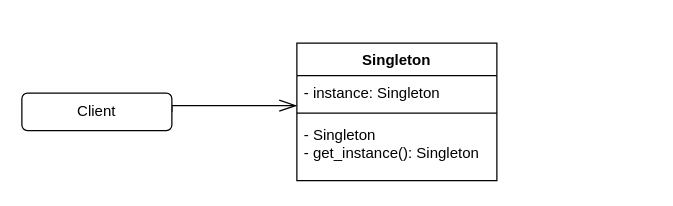
The draw.io diagram page "Singleton" (5 of 10) of Pattern Fabrica.drawio in isamarcev/patterns, before the edit. Source tidied: cells renumbered, new cells numbered last; positions are measured from the earlier drawing's top-left corner, leaving out a move shared by most shapes. Both pictures are drawn from the tidied source at 125%, with x=0, y=0 at pixel (21, 42).
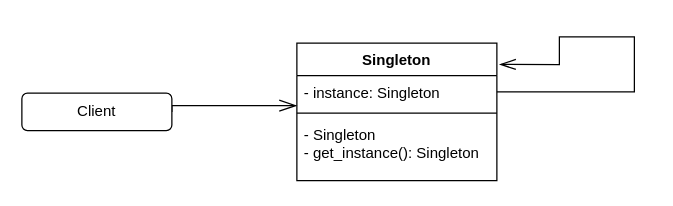
After the change.

Change to the diagram source:
```diff
@@
 <mxGraphModel>
   <root>
     <mxCell id="0" />
     <mxCell id="1" parent="0" />
     <mxCell id="2" value="Singleton" style="swimlane;fontStyle=1;align=center;verticalAlign=top;horizontal=1;startSize=26;" parent="1" vertex="1">
       <mxGeometry x="220" width="160" height="110" as="geometry" />
     </mxCell>
     <mxCell id="3" value="- instance: Singleton" style="text;strokeColor=none;fillColor=none;align=left;verticalAlign=top;spacingLeft=4;spacingRight=4;overflow=hidden;points=[[0,0.5],[1,0.5]];portConstraint=eastwest;" parent="2" vertex="1">
       <mxGeometry y="26" width="160" height="26" as="geometry" />
     </mxCell>
     <mxCell id="4" style="line;strokeWidth=1;fillColor=none;align=left;verticalAlign=middle;spacingTop=-1;spacingLeft=3;spacingRight=3;labelPosition=right;" parent="2" vertex="1">
       <mxGeometry y="52" width="160" height="8" as="geometry" />
     </mxCell>
+    <mxCell id="8" style="edgeStyle=orthogonalEdgeStyle;rounded=0;jettySize=auto;html=1;exitX=1;exitY=0.5;exitDx=0;exitDy=0;endArrow=openThin;endFill=0;startSize=12;endSize=11;entryX=1.013;entryY=0.155;entryDx=0;entryDy=0;entryPerimeter=0;" parent="2" edge="1" source="3" target="2">
+      <mxGeometry relative="1" as="geometry">
+        <Array as="points">
+          <mxPoint x="270" y="39" />
+          <mxPoint x="270" y="-5" />
+          <mxPoint x="210" y="-5" />
+          <mxPoint x="210" y="17" />
+        </Array>
+      </mxGeometry>
+    </mxCell>
     <mxCell id="5" value="- Singleton&#10;- get_instance(): Singleton" style="text;strokeColor=none;fillColor=none;align=left;verticalAlign=top;spacingLeft=4;spacingRight=4;overflow=hidden;" parent="2" vertex="1">
       <mxGeometry y="60" width="160" height="50" as="geometry" />
     </mxCell>
     <mxCell id="6" style="edgeStyle=orthogonalEdgeStyle;rounded=0;jettySize=auto;html=1;entryX=1;entryY=0.5;entryDx=0;entryDy=0;startArrow=openThin;startFill=0;endArrow=none;endFill=0;startSize=12;endSize=10;strokeColor=default;strokeWidth=1;exitX=0;exitY=0.923;exitDx=0;exitDy=0;exitPerimeter=0;" parent="1" edge="1" source="3" target="7">
       <mxGeometry relative="1" as="geometry">
         <Array as="points">
           <mxPoint x="120" y="50" />
         </Array>
       </mxGeometry>
     </mxCell>
     <mxCell id="7" value="Client" style="rounded=1;whiteSpace=wrap;html=1;" parent="1" vertex="1">
       <mxGeometry y="40" width="120" height="30" as="geometry" />
     </mxCell>
   </root>
 </mxGraphModel>
```
